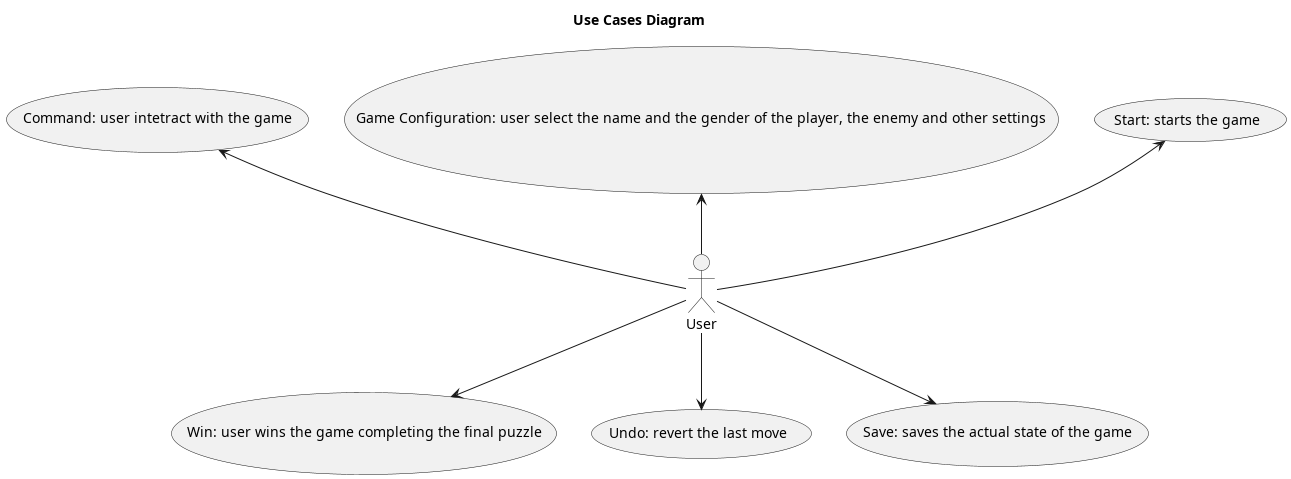
Above: docs/uml/UseCasesDiagram.png in nardib/TextAdventure (PlantUML), before the change.
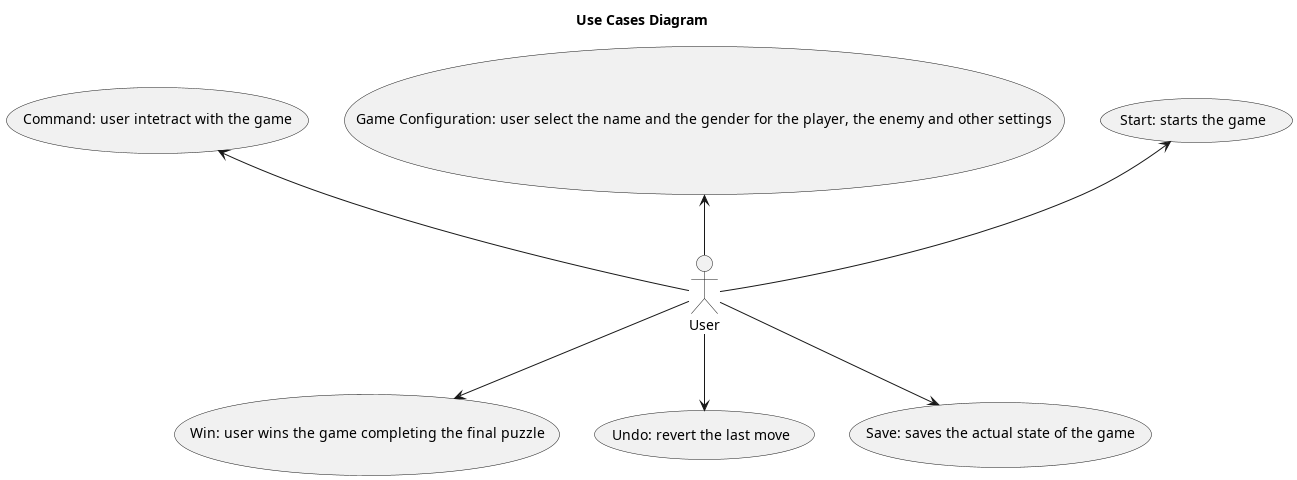
Above is the later version.

What changed in the source:
```diff
@@ -3,7 +3,7 @@
 title Use Cases Diagram
 
 (Start: starts the game) as (start)
-(Game Configuration: user select the name and the gender of the player, the enemy and other settings) as (config)
+(Game Configuration: user select the name and the gender for the player, the enemy and other settings) as (config)
 (Command: user intetract with the game) as (command)
 (Win: user wins the game completing the final puzzle) as (win)
 (Undo: revert the last move) as (undo)
```
